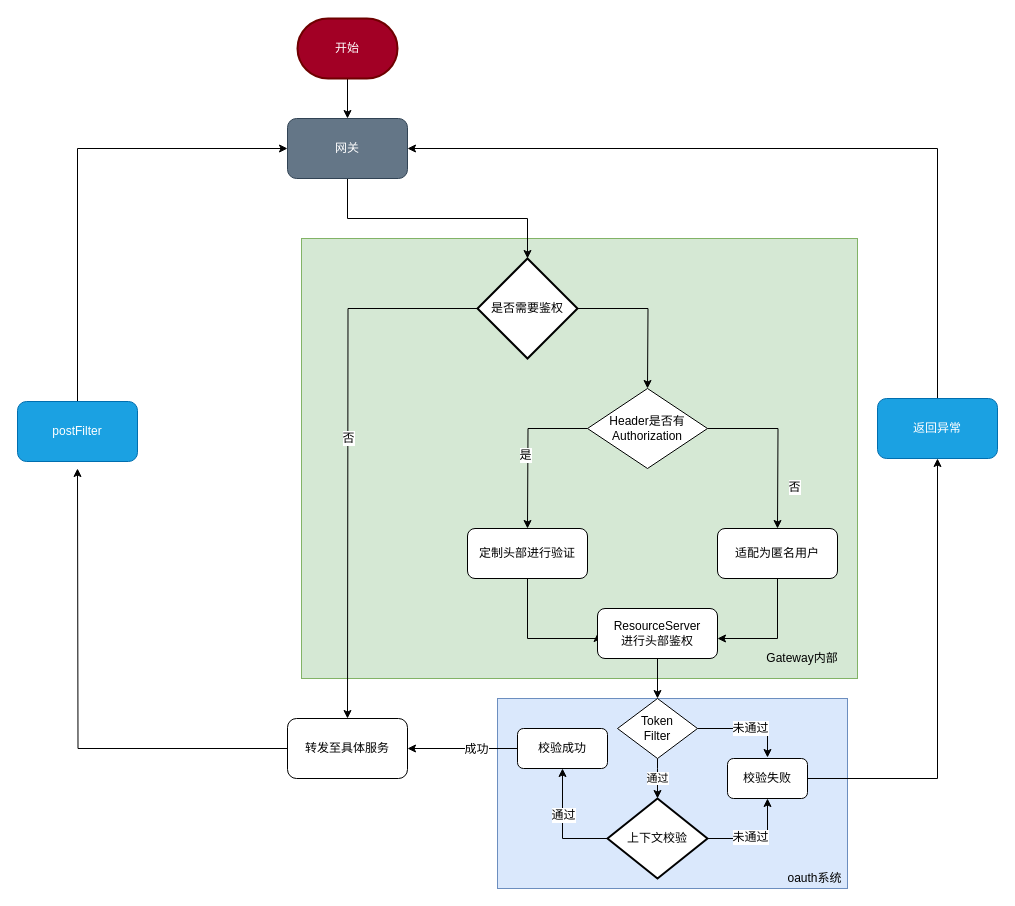
Godricm/BuDingDesign keeps this draw.io diagram as 2019/OAuth2.0 Token方案.drawio. Above is the earlier version. Source tidied: cells renumbered, new cells numbered last; positions are measured from the earlier drawing's top-left corner, leaving out a move shared by most shapes. Both pictures are drawn from the tidied source at 100%, with x=0, y=0 at pixel (17, 18).
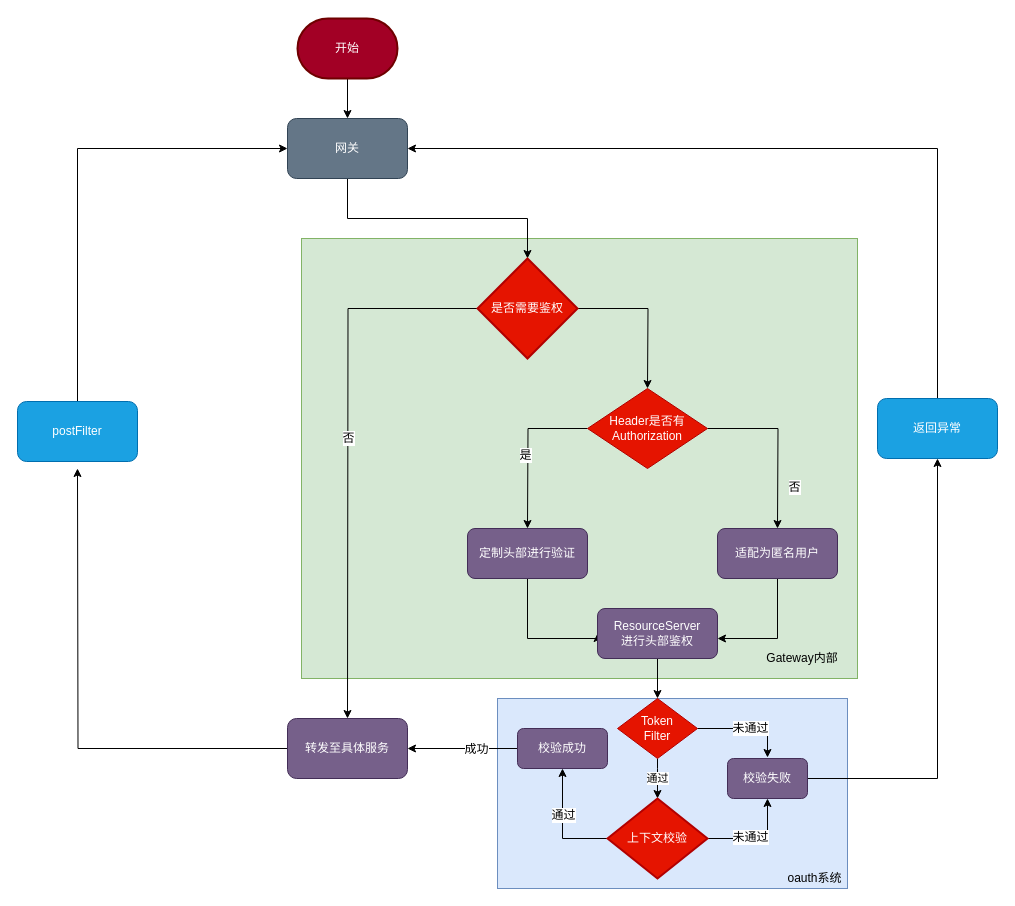
After the change.

The edit, as a diff of the source:
```diff
@@
-    <mxCell id="11" value="是否需要鉴权" style="strokeWidth=2;html=1;shape=mxgraph.flowchart.decision;whiteSpace=wrap;" parent="1" vertex="1">
+    <mxCell id="11" value="是否需要鉴权" style="strokeWidth=2;html=1;shape=mxgraph.flowchart.decision;whiteSpace=wrap;fillColor=#e51400;strokeColor=#B20000;fontColor=#ffffff;" parent="1" vertex="1">
       <mxGeometry x="460" y="240" width="100" height="100" as="geometry" />
     </mxCell>
@@
-    <mxCell id="16" value="Header是否有&lt;br&gt;Authorization&lt;br&gt;" style="rhombus;whiteSpace=wrap;html=1;" parent="1" vertex="1">
+    <mxCell id="16" value="Header是否有&lt;br&gt;Authorization&lt;br&gt;" style="rhombus;whiteSpace=wrap;html=1;fillColor=#e51400;strokeColor=#B20000;fontColor=#ffffff;" parent="1" vertex="1">
       <mxGeometry x="570" y="370" width="120" height="80" as="geometry" />
     </mxCell>
@@
-    <mxCell id="18" value="转发至具体服务" style="rounded=1;whiteSpace=wrap;html=1;" parent="1" vertex="1">
+    <mxCell id="18" value="转发至具体服务" style="rounded=1;whiteSpace=wrap;html=1;fillColor=#76608a;strokeColor=#432D57;fontColor=#ffffff;" parent="1" vertex="1">
       <mxGeometry x="270" y="700" width="120" height="60" as="geometry" />
     </mxCell>
@@
-    <mxCell id="22" value="适配为匿名用户" style="rounded=1;whiteSpace=wrap;html=1;" parent="1" vertex="1">
+    <mxCell id="22" value="适配为匿名用户" style="rounded=1;whiteSpace=wrap;html=1;fillColor=#76608a;strokeColor=#432D57;fontColor=#ffffff;" parent="1" vertex="1">
       <mxGeometry x="700" y="510" width="120" height="50" as="geometry" />
     </mxCell>
@@
-    <mxCell id="24" value="定制头部进行验证" style="rounded=1;whiteSpace=wrap;html=1;" parent="1" vertex="1">
+    <mxCell id="24" value="定制头部进行验证" style="rounded=1;whiteSpace=wrap;html=1;fillColor=#76608a;strokeColor=#432D57;fontColor=#ffffff;" parent="1" vertex="1">
       <mxGeometry x="450" y="510" width="120" height="50" as="geometry" />
     </mxCell>
@@
-    <mxCell id="31" value="上下文校验" style="strokeWidth=2;html=1;shape=mxgraph.flowchart.decision;whiteSpace=wrap;" parent="1" vertex="1">
+    <mxCell id="31" value="上下文校验" style="strokeWidth=2;html=1;shape=mxgraph.flowchart.decision;whiteSpace=wrap;fillColor=#e51400;strokeColor=#B20000;fontColor=#ffffff;" parent="1" vertex="1">
       <mxGeometry x="590" y="780" width="100" height="80" as="geometry" />
     </mxCell>
@@
-    <mxCell id="36" value="ResourceServer&lt;br&gt;进行头部鉴权&lt;br&gt;" style="rounded=1;whiteSpace=wrap;html=1;" parent="1" vertex="1">
+    <mxCell id="36" value="ResourceServer&lt;br&gt;进行头部鉴权&lt;br&gt;" style="rounded=1;whiteSpace=wrap;html=1;fillColor=#76608a;strokeColor=#432D57;fontColor=#ffffff;" parent="1" vertex="1">
       <mxGeometry x="580" y="590" width="120" height="50" as="geometry" />
     </mxCell>
@@
-    <mxCell id="39" value="Token&lt;br&gt;Filter&lt;br&gt;" style="rhombus;whiteSpace=wrap;html=1;" parent="1" vertex="1">
+    <mxCell id="39" value="Token&lt;br&gt;Filter&lt;br&gt;" style="rhombus;whiteSpace=wrap;html=1;fillColor=#e51400;strokeColor=#B20000;fontColor=#ffffff;" parent="1" vertex="1">
       <mxGeometry x="600" y="680" width="80" height="60" as="geometry" />
     </mxCell>
@@
-    <mxCell id="41" value="校验失败" style="rounded=1;whiteSpace=wrap;html=1;" parent="1" vertex="1">
+    <mxCell id="41" value="校验失败" style="rounded=1;whiteSpace=wrap;html=1;fillColor=#76608a;strokeColor=#432D57;fontColor=#ffffff;" parent="1" vertex="1">
       <mxGeometry x="710" y="740" width="80" height="40" as="geometry" />
     </mxCell>
@@
-    <mxCell id="44" value="校验成功" style="rounded=1;whiteSpace=wrap;html=1;" parent="1" vertex="1">
+    <mxCell id="44" value="校验成功" style="rounded=1;whiteSpace=wrap;html=1;fillColor=#76608a;strokeColor=#432D57;fontColor=#ffffff;" parent="1" vertex="1">
       <mxGeometry x="500" y="710" width="90" height="40" as="geometry" />
     </mxCell>
```
